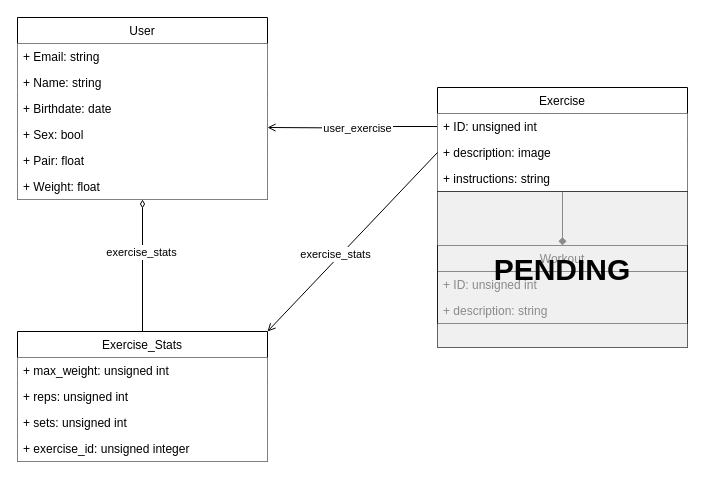
Before: documentation/design/object models.drawio in rahula00/LiftLog, a draw.io diagram. Source tidied: cells renumbered, new cells numbered last; positions are measured from the earlier drawing's top-left corner, leaving out a move shared by most shapes. Both pictures are drawn from the tidied source at 100%, with x=0, y=0 at pixel (17, 17).
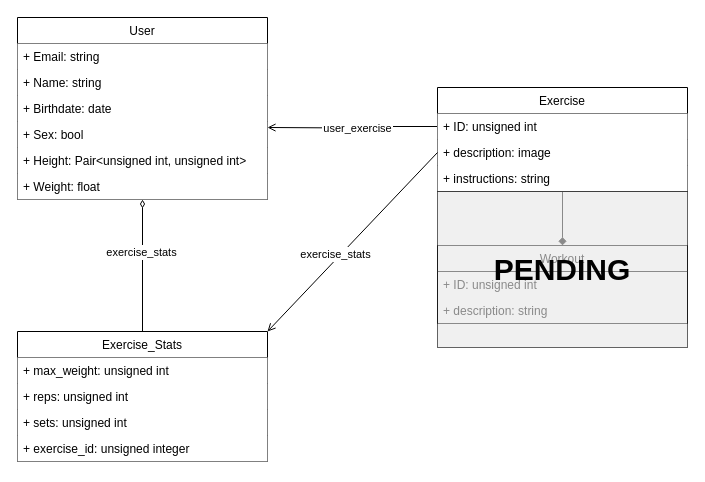
Above is the later version.

Commit message (it also covers changes not shown here):
addressing comments

Unchanged cells that the change refers to:
```xml
<mxCell id="4" value="User" style="swimlane;fontStyle=0;horizontal=1;startSize=26;" parent="1" vertex="1">
  <mxGeometry width="250" height="182" as="geometry" />
</mxCell>
```

Diff of the diagram source:
```diff
@@
-    <mxCell id="9" value="+ Pair: float" style="text;strokeColor=none;align=left;verticalAlign=top;spacingLeft=4;spacingRight=4;overflow=hidden;fillColor=#ffffff;" parent="4" vertex="1">
+    <mxCell id="9" value="+ Height: Pair&lt;unsigned int, unsigned int&gt;" style="text;strokeColor=none;align=left;verticalAlign=top;spacingLeft=4;spacingRight=4;overflow=hidden;fillColor=#ffffff;" parent="4" vertex="1">
       <mxGeometry y="130" width="250" height="26" as="geometry" />
     </mxCell>
```
